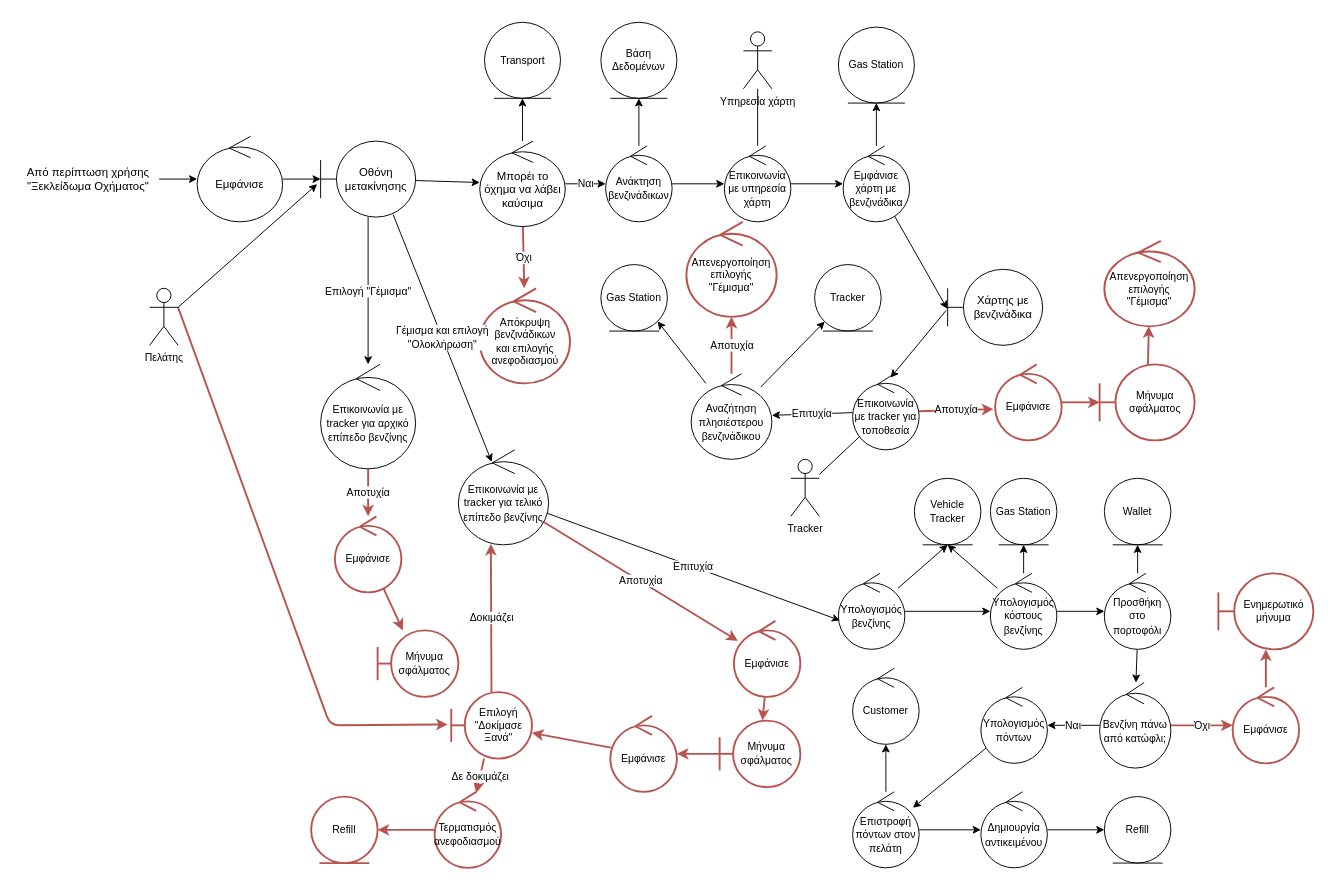
Nikolis2002/texnoligia_logismikou keeps this draw.io diagram as Part_2/Robustness/diagrams/13_Ανεφοδιασμός_Οχήματος.drawio. Above is the earlier version. Source tidied: cells renumbered, new cells numbered last; positions are measured from the earlier drawing's top-left corner, leaving out a move shared by most shapes. Both pictures are drawn from the tidied source at 95%, with x=0, y=0 at pixel (16, 22).
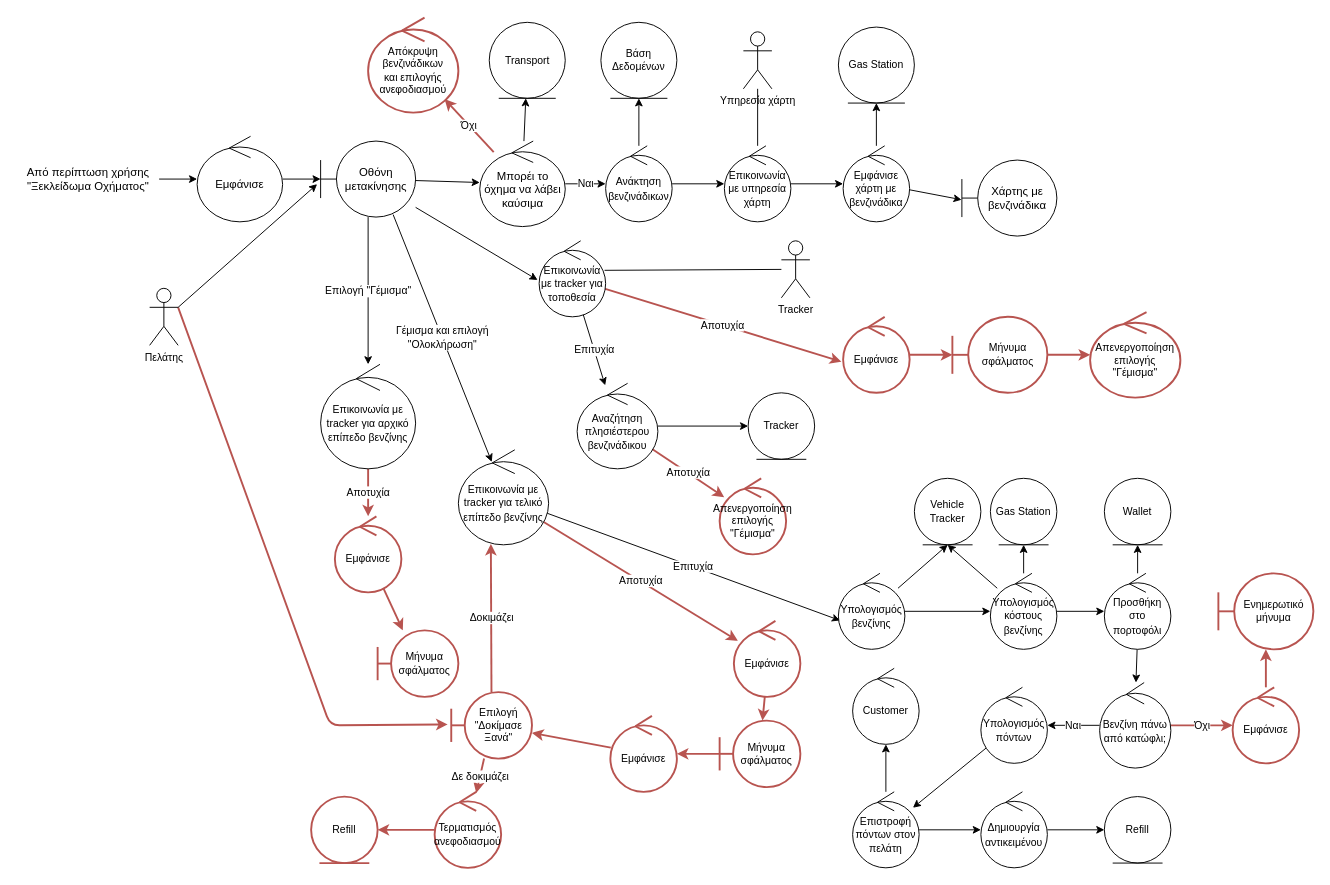
The same diagram, later.

The change refers to these unchanged cells:
```xml
<mxCell id="93" value="Οθόνη μετακίνησης" style="shape=umlBoundary;whiteSpace=wrap;html=1;" parent="1" vertex="1">
  <mxGeometry x="320" y="125" width="100" height="80" as="geometry" />
</mxCell>
```

The edit, as a diff of the source:
```diff
@@
     <mxCell id="10" value="Απόκρυψη βενζινάδικων&lt;br&gt;και επιλογής&lt;br&gt;ανεφοδιασμού" style="ellipse;shape=umlControl;whiteSpace=wrap;html=1;fontSize=11;strokeColor=#b85450;fillColor=none;strokeWidth=2;" parent="1" vertex="1">
-      <mxGeometry x="487.5" y="280" width="95" height="100" as="geometry" />
+      <mxGeometry x="370" y="-5" width="95" height="100" as="geometry" />
     </mxCell>
     <mxCell id="11" value="Transport" style="ellipse;shape=umlEntity;whiteSpace=wrap;html=1;fontSize=11;" parent="1" vertex="1">
-      <mxGeometry x="492.5" width="80" height="80" as="geometry" />
+      <mxGeometry x="497.5" width="80" height="80" as="geometry" />
     </mxCell>
@@
-    <mxCell id="22" style="edgeStyle=none;html=1;entryX=0.571;entryY=0.05;entryDx=0;entryDy=0;entryPerimeter=0;endArrow=classic;endFill=1;exitX=-0.016;exitY=0.541;exitDx=0;exitDy=0;exitPerimeter=0;" parent="1" edge="1" source="23" target="26">
-      <mxGeometry relative="1" as="geometry" />
-    </mxCell>
     <mxCell id="23" value="Χάρτης με βενζινάδικα" style="shape=umlBoundary;whiteSpace=wrap;html=1;" parent="1" vertex="1">
-      <mxGeometry x="980" y="260" width="100" height="80" as="geometry" />
+      <mxGeometry x="995" y="145" width="100" height="80" as="geometry" />
     </mxCell>
@@
     <mxCell id="26" value="&lt;font style=&quot;font-size: 11px;&quot;&gt;Επικοινωνία με tracker για τοποθεσία&lt;/font&gt;" style="ellipse;shape=umlControl;whiteSpace=wrap;html=1;" parent="1" vertex="1">
-      <mxGeometry x="880" y="370" width="70" height="80" as="geometry" />
+      <mxGeometry x="550" y="230" width="70" height="80" as="geometry" />
     </mxCell>
@@
-    <mxCell id="28" style="edgeStyle=none;html=1;entryX=1;entryY=1;entryDx=0;entryDy=0;endArrow=classic;endFill=1;" parent="1" edge="1" source="31" target="32">
-      <mxGeometry relative="1" as="geometry" />
-    </mxCell>
@@
     <mxCell id="31" value="&lt;font style=&quot;font-size: 11px;&quot;&gt;Αναζήτηση πλησιέστερου βενζινάδικου&lt;/font&gt;" style="ellipse;shape=umlControl;whiteSpace=wrap;html=1;" parent="1" vertex="1">
-      <mxGeometry x="710" y="370" width="85" height="90" as="geometry" />
+      <mxGeometry x="590" y="380" width="85" height="90" as="geometry" />
     </mxCell>
-    <mxCell id="32" value="Gas Station" style="ellipse;shape=umlEntity;whiteSpace=wrap;html=1;fontSize=11;" parent="1" vertex="1">
-      <mxGeometry x="615" y="255" width="70" height="70" as="geometry" />
-    </mxCell>
     <mxCell id="33" value="Tracker" style="ellipse;shape=umlEntity;whiteSpace=wrap;html=1;fontSize=11;" parent="1" vertex="1">
-      <mxGeometry x="840" y="255" width="70" height="70" as="geometry" />
+      <mxGeometry x="770" y="390" width="70" height="70" as="geometry" />
     </mxCell>
-    <mxCell id="34" style="edgeStyle=none;html=1;endArrow=none;endFill=0;" parent="1" edge="1" source="35" target="26">
+    <mxCell id="34" style="edgeStyle=none;html=1;endArrow=none;endFill=0;entryX=0.984;entryY=0.388;entryDx=0;entryDy=0;entryPerimeter=0;" parent="1" edge="1" source="35" target="26">
       <mxGeometry relative="1" as="geometry" />
     </mxCell>
     <mxCell id="35" value="Tracker" style="shape=umlActor;verticalLabelPosition=bottom;verticalAlign=top;html=1;fontSize=11;" parent="1" vertex="1">
-      <mxGeometry x="815" y="460" width="30" height="60" as="geometry" />
+      <mxGeometry x="805" y="230" width="30" height="60" as="geometry" />
     </mxCell>
@@
     <mxCell id="37" value="&lt;font style=&quot;font-size: 11px;&quot;&gt;Εμφάνισε&lt;/font&gt;" style="ellipse;shape=umlControl;whiteSpace=wrap;html=1;fontSize=11;fillColor=none;strokeColor=#b85450;strokeWidth=2;" parent="1" vertex="1">
-      <mxGeometry x="1030" y="360" width="70" height="80" as="geometry" />
+      <mxGeometry x="870" y="310" width="70" height="80" as="geometry" />
     </mxCell>
@@
     <mxCell id="39" value="Μήνυμα σφάλματος" style="shape=umlBoundary;whiteSpace=wrap;html=1;fontSize=11;fillColor=none;strokeColor=#b85450;strokeWidth=2;" parent="1" vertex="1">
-      <mxGeometry x="1140" y="360" width="100" height="80" as="geometry" />
+      <mxGeometry x="985" y="310" width="100" height="80" as="geometry" />
     </mxCell>
     <mxCell id="40" value="&lt;font style=&quot;font-size: 11px;&quot;&gt;Απενεργοποίηση επιλογής &quot;Γέμισμα&quot;&lt;/font&gt;" style="ellipse;shape=umlControl;whiteSpace=wrap;html=1;fontSize=11;fillColor=none;strokeColor=#b85450;strokeWidth=2;" parent="1" vertex="1">
-      <mxGeometry x="1145" y="230" width="95" height="90" as="geometry" />
+      <mxGeometry x="1130" y="305" width="95" height="90" as="geometry" />
     </mxCell>
@@
     <mxCell id="43" value="&lt;font style=&quot;font-size: 11px;&quot;&gt;Απενεργοποίηση επιλογής &quot;Γέμισμα&quot;&lt;/font&gt;" style="ellipse;shape=umlControl;whiteSpace=wrap;html=1;fontSize=11;fillColor=none;strokeColor=#b85450;strokeWidth=2;" parent="1" vertex="1">
-      <mxGeometry x="705" y="210" width="95" height="100" as="geometry" />
+      <mxGeometry x="740" y="480" width="70" height="80" as="geometry" />
     </mxCell>
@@
+    <mxCell id="98" style="edgeStyle=none;html=1;entryX=-0.023;entryY=0.515;entryDx=0;entryDy=0;entryPerimeter=0;" parent="1" edge="1" source="93" target="26">
+      <mxGeometry relative="1" as="geometry" />
+    </mxCell>
```
